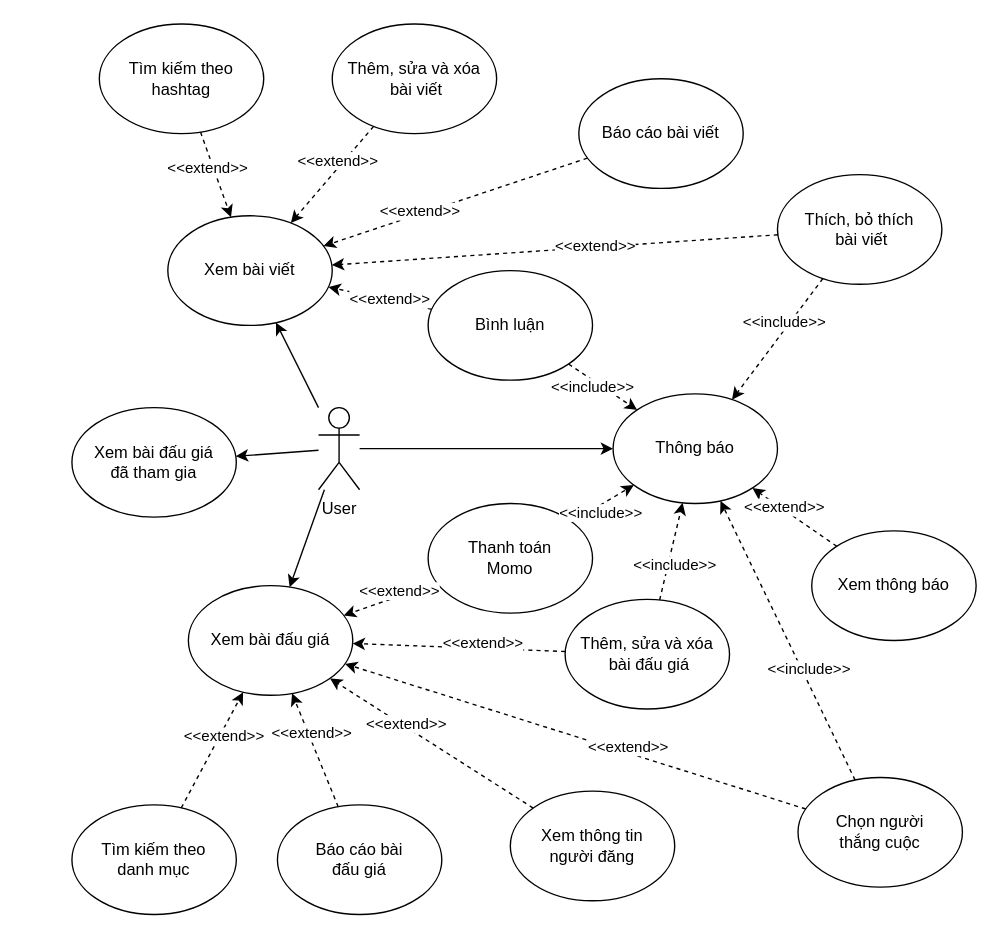
Earlier version of the draw.io diagram Untitled Diagram.drawio (CosmicFishi/test_ki-m_th-). Source tidied: cells renumbered, new cells numbered last; positions are measured from the earlier drawing's top-left corner, leaving out a move shared by most shapes. Both pictures are drawn from the tidied source at 137%, with x=0, y=0 at pixel (71, 23).
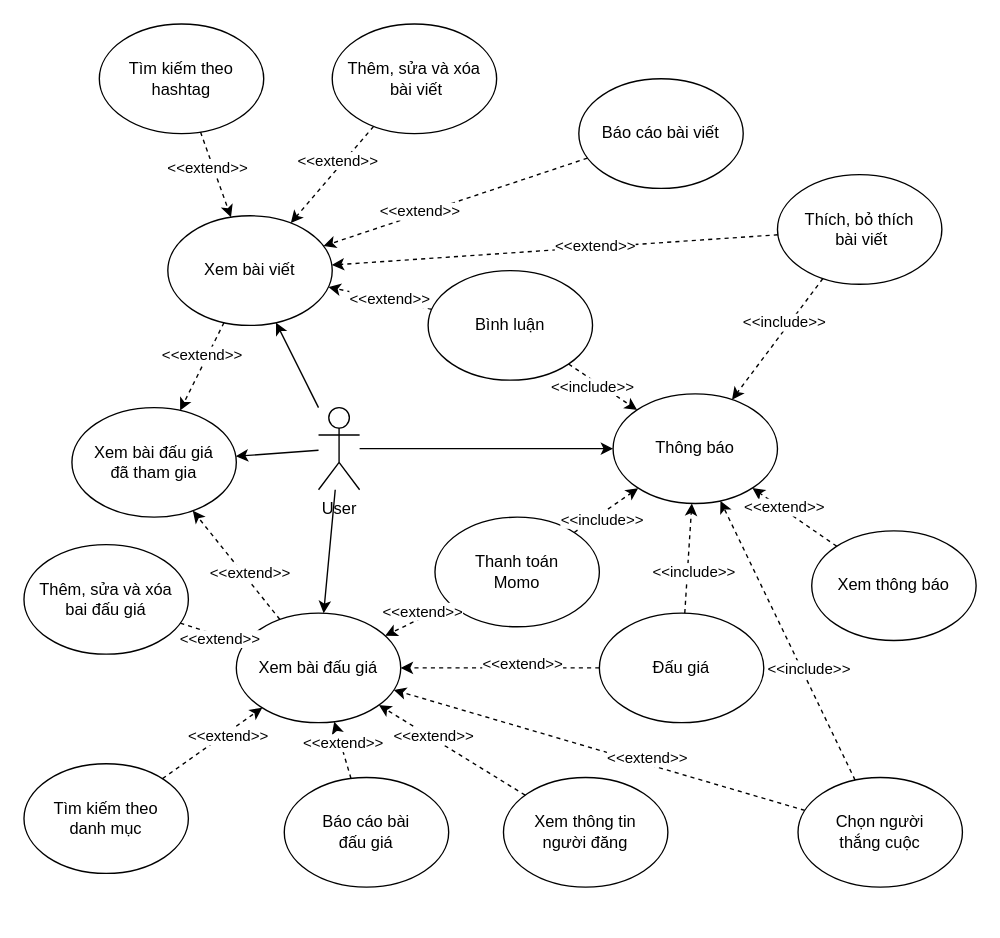
Above is the later version.

The change refers to these unchanged cells:
```xml
<mxCell id="7" value="Xem bài viết" style="ellipse;whiteSpace=wrap;html=1;" parent="1" vertex="1">
  <mxGeometry x="70" y="140" width="120" height="80" as="geometry" />
</mxCell>
<mxCell id="46" value="Xem bài đấu giá&lt;br&gt;đã tham gia" style="ellipse;whiteSpace=wrap;html=1;" parent="1" vertex="1">
  <mxGeometry y="280" width="120" height="80" as="geometry" />
</mxCell>
```

The edit, as a diff of the source:
```diff
@@
     <mxCell id="14" value="Xem bài đấu giá" style="ellipse;whiteSpace=wrap;html=1;" parent="1" vertex="1">
-      <mxGeometry x="85" y="410" width="120" height="80" as="geometry" />
+      <mxGeometry x="120" y="430" width="120" height="80" as="geometry" />
     </mxCell>
@@
-    <mxCell id="17" value="Thêm, sửa và xóa&lt;br&gt;&amp;nbsp;bài đấu giá" style="ellipse;whiteSpace=wrap;html=1;" parent="1" vertex="1">
-      <mxGeometry x="360" y="420" width="120" height="80" as="geometry" />
+    <mxCell id="17" value="Đấu giá" style="ellipse;whiteSpace=wrap;html=1;" parent="1" vertex="1">
+      <mxGeometry x="385" y="430" width="120" height="80" as="geometry" />
     </mxCell>
@@
     <mxCell id="20" value="Báo cáo bài &lt;br&gt;đấu giá" style="ellipse;whiteSpace=wrap;html=1;" parent="1" vertex="1">
-      <mxGeometry x="150" y="570" width="120" height="80" as="geometry" />
+      <mxGeometry x="155" y="550" width="120" height="80" as="geometry" />
     </mxCell>
@@
     <mxCell id="30" value="Thanh toán&lt;br&gt;Momo" style="ellipse;whiteSpace=wrap;html=1;" parent="1" vertex="1">
-      <mxGeometry x="260" y="350" width="120" height="80" as="geometry" />
+      <mxGeometry x="265" y="360" width="120" height="80" as="geometry" />
     </mxCell>
@@
     <mxCell id="36" value="Tìm kiếm theo&lt;br&gt;danh mục" style="ellipse;whiteSpace=wrap;html=1;" parent="1" vertex="1">
-      <mxGeometry y="570" width="120" height="80" as="geometry" />
+      <mxGeometry x="-35" y="540" width="120" height="80" as="geometry" />
     </mxCell>
@@
     <mxCell id="43" value="Xem thông tin&lt;br&gt;người đăng" style="ellipse;whiteSpace=wrap;html=1;" parent="1" vertex="1">
-      <mxGeometry x="320" y="560" width="120" height="80" as="geometry" />
+      <mxGeometry x="315" y="550" width="120" height="80" as="geometry" />
     </mxCell>
@@
+    <mxCell id="57" style="rounded=0;jettySize=auto;html=1;dashed=1;" parent="1" edge="1" source="14" target="46">
+      <mxGeometry relative="1" as="geometry" />
+    </mxCell>
+    <mxCell id="58" value="&amp;lt;&amp;lt;extend&amp;gt;&amp;gt;" style="edgeLabel;html=1;align=center;verticalAlign=middle;" parent="57" vertex="1">
+      <mxGeometry x="-0.22" y="-4" relative="1" as="geometry" />
+    </mxCell>
+    <mxCell id="59" style="rounded=0;jettySize=auto;html=1;dashed=1;" parent="1" edge="1" source="7" target="46">
+      <mxGeometry relative="1" as="geometry" />
+    </mxCell>
+    <mxCell id="60" value="&amp;lt;&amp;lt;extend&amp;gt;&amp;gt;" style="edgeLabel;html=1;align=center;verticalAlign=middle;" parent="59" vertex="1">
+      <mxGeometry x="-0.22" y="-4" relative="1" as="geometry" />
+    </mxCell>
+    <mxCell id="61" value="Thêm, sửa và xóa&lt;br&gt;bai đấu giá" style="ellipse;whiteSpace=wrap;html=1;" parent="1" vertex="1">
+      <mxGeometry x="-35" y="380" width="120" height="80" as="geometry" />
+    </mxCell>
+    <mxCell id="62" style="rounded=0;jettySize=auto;html=1;dashed=1;" parent="1" edge="1" source="61" target="14">
+      <mxGeometry relative="1" as="geometry" />
+    </mxCell>
+    <mxCell id="63" value="&amp;lt;&amp;lt;extend&amp;gt;&amp;gt;" style="edgeLabel;html=1;align=center;verticalAlign=middle;" parent="62" vertex="1">
+      <mxGeometry x="0.27" y="-2" relative="1" as="geometry" />
+    </mxCell>
```
